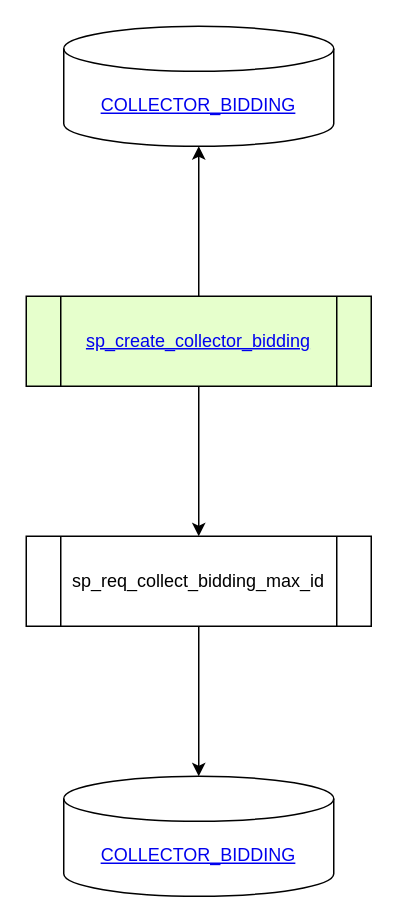
The draw.io diagram sp_create_collector_bidding.drawio in Leo-Nam/chium_draw, before the edit. Source tidied: cells renumbered, new cells numbered last; positions are measured from the earlier drawing's top-left corner, leaving out a move shared by most shapes. Both pictures are drawn from the tidied source at 150%, with x=0, y=0 at pixel (26, 26).
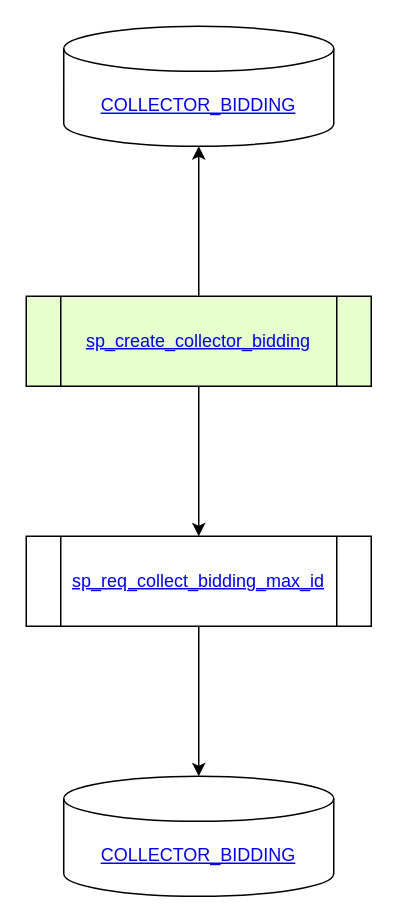
Above is the later version.

Commit message (it also covers changes not shown here):
sp_insert_collector_wste_lists

The edit, as a diff of the source:
```diff
@@
 <mxGraphModel>
   <root>
     <mxCell id="0" />
     <mxCell id="1" parent="0" />
     <mxCell id="2" style="edgeStyle=orthogonalEdgeStyle;rounded=0;jettySize=auto;html=1;" parent="1" edge="1" source="4" target="6">
       <mxGeometry relative="1" as="geometry" />
     </mxCell>
     <mxCell id="3" style="edgeStyle=orthogonalEdgeStyle;rounded=0;jettySize=auto;html=1;" parent="1" edge="1" source="4" target="7">
       <mxGeometry relative="1" as="geometry" />
     </mxCell>
     <mxCell id="4" value="&lt;a href=&quot;https://www.notion.so/sp_create_collector_bidding-5e3691f6fde34849a962b344d110dac9&quot;&gt;sp_create_collector_bidding&lt;/a&gt;" style="shape=process;whiteSpace=wrap;html=1;backgroundOutline=1;rounded=0;fillColor=#E6FFCC;" parent="1" vertex="1">
       <mxGeometry y="180" width="230" height="60" as="geometry" />
     </mxCell>
     <mxCell id="5" style="edgeStyle=orthogonalEdgeStyle;rounded=0;jettySize=auto;html=1;" parent="1" edge="1" source="6" target="8">
       <mxGeometry relative="1" as="geometry" />
     </mxCell>
-    <mxCell id="6" value="sp_req_collect_bidding_max_id" style="shape=process;whiteSpace=wrap;html=1;backgroundOutline=1;rounded=0;" parent="1" vertex="1">
+    <mxCell id="6" value="&lt;a href=&quot;https://github.com/Leo-Nam/chium_draw/blob/master/sp_req_collect_bidding_max_id.drawio&quot;&gt;sp_req_collect_bidding_max_id&lt;/a&gt;" style="shape=process;whiteSpace=wrap;html=1;backgroundOutline=1;rounded=0;" parent="1" vertex="1">
       <mxGeometry y="340" width="230" height="60" as="geometry" />
     </mxCell>
     <mxCell id="7" value="&lt;a href=&quot;https://www.notion.so/COLLECTOR_BIDDING-f7c43f30645e46dc964d01887238e320&quot;&gt;COLLECTOR_BIDDING&lt;/a&gt;" style="shape=cylinder3;whiteSpace=wrap;html=1;boundedLbl=1;backgroundOutline=1;size=15;" parent="1" vertex="1">
       <mxGeometry x="25" width="180" height="80" as="geometry" />
     </mxCell>
     <mxCell id="8" value="&lt;a href=&quot;https://www.notion.so/COLLECTOR_BIDDING-f7c43f30645e46dc964d01887238e320&quot;&gt;COLLECTOR_BIDDING&lt;/a&gt;" style="shape=cylinder3;whiteSpace=wrap;html=1;boundedLbl=1;backgroundOutline=1;size=15;" parent="1" vertex="1">
       <mxGeometry x="25" y="500" width="180" height="80" as="geometry" />
     </mxCell>
   </root>
 </mxGraphModel>
```
